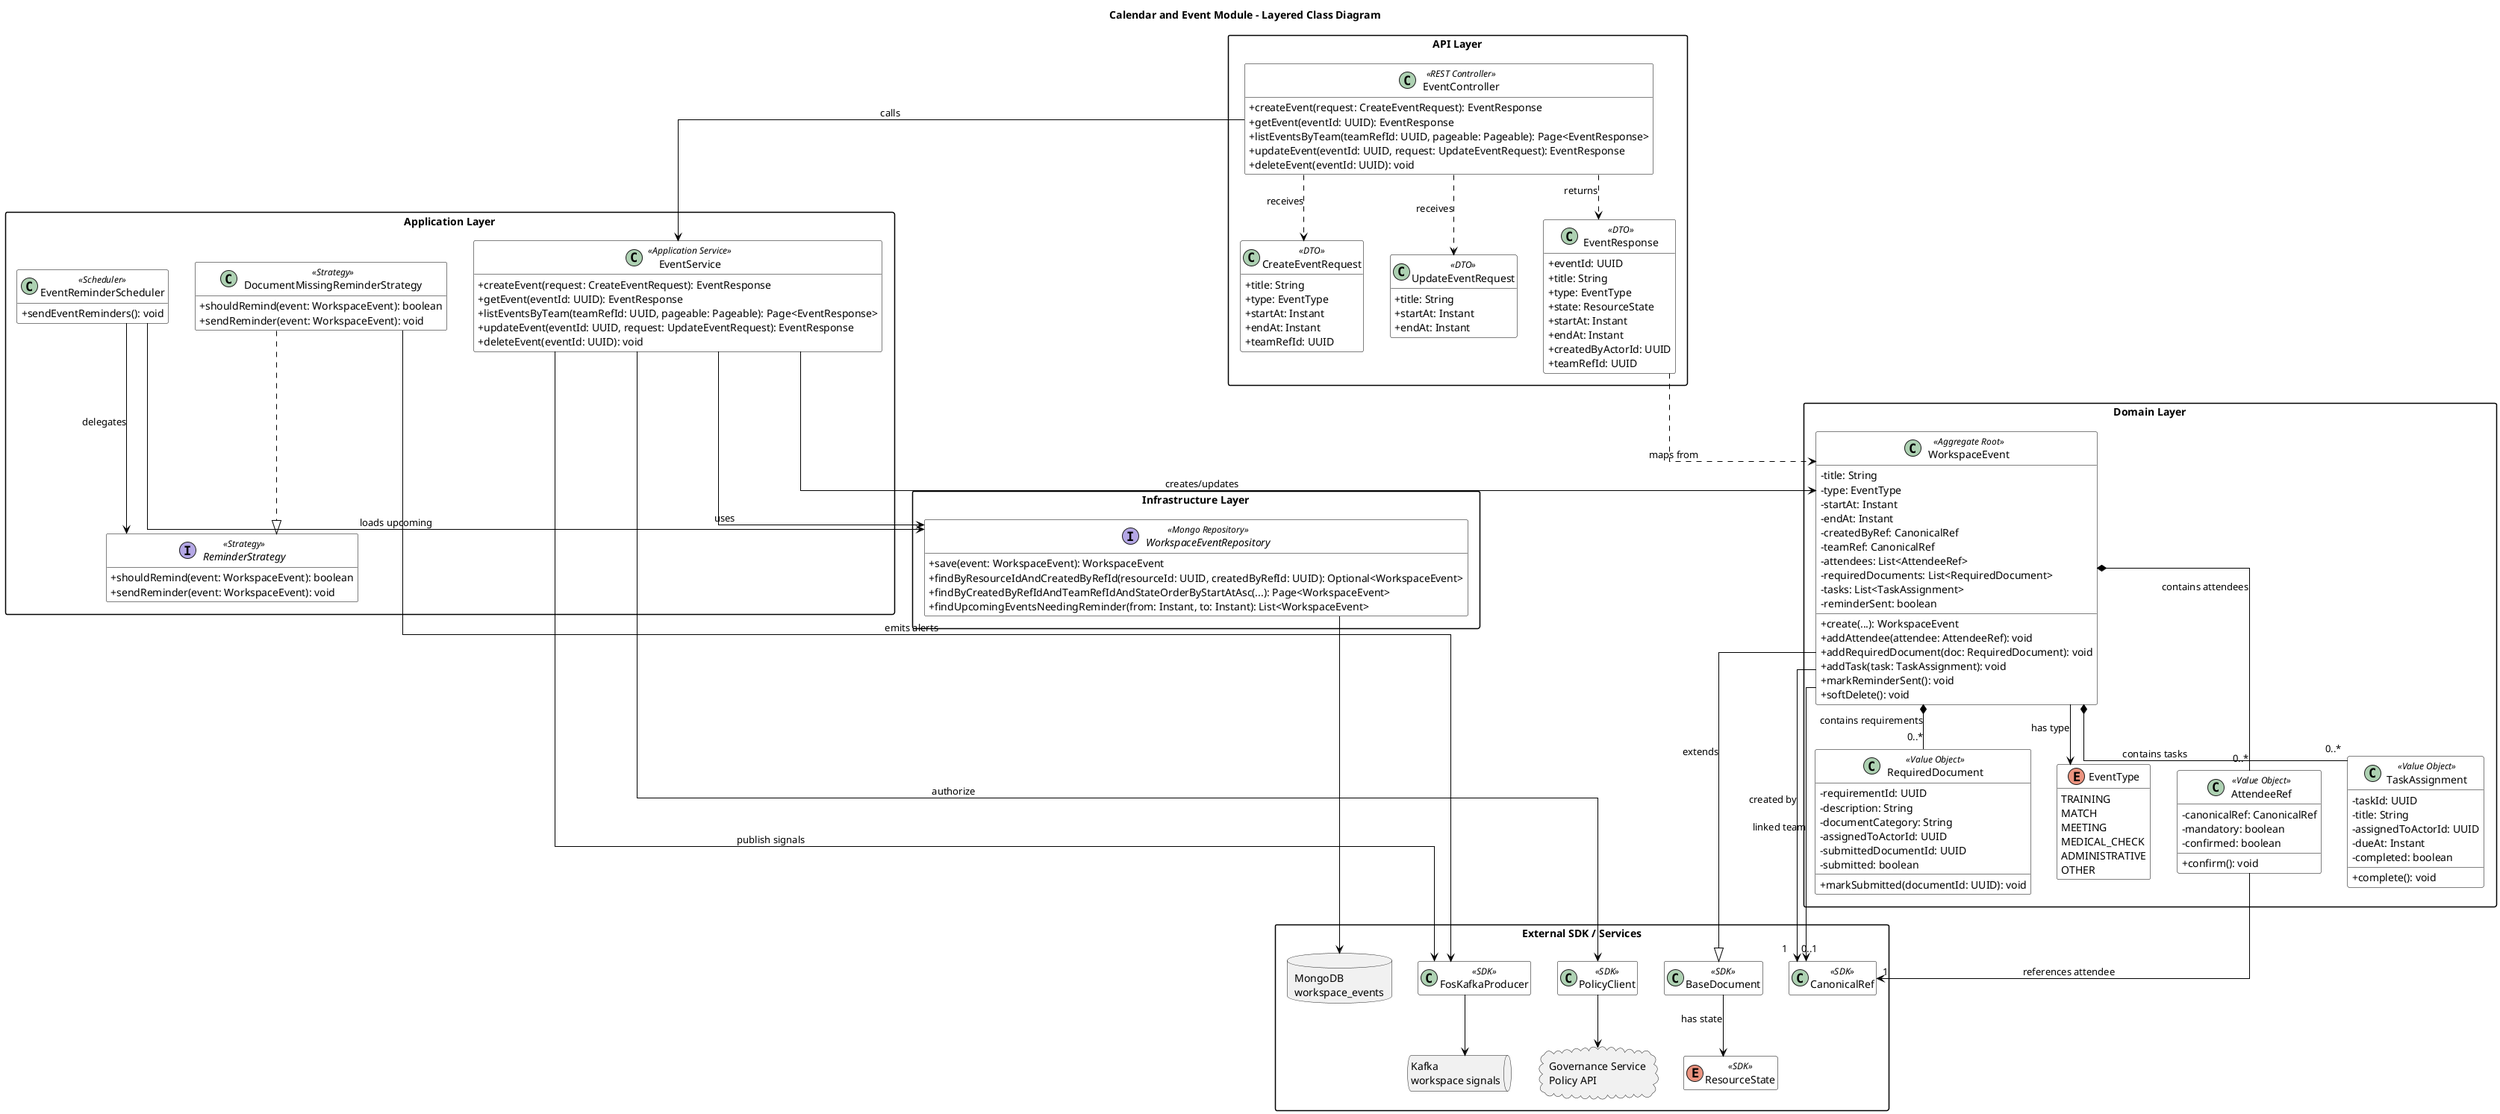
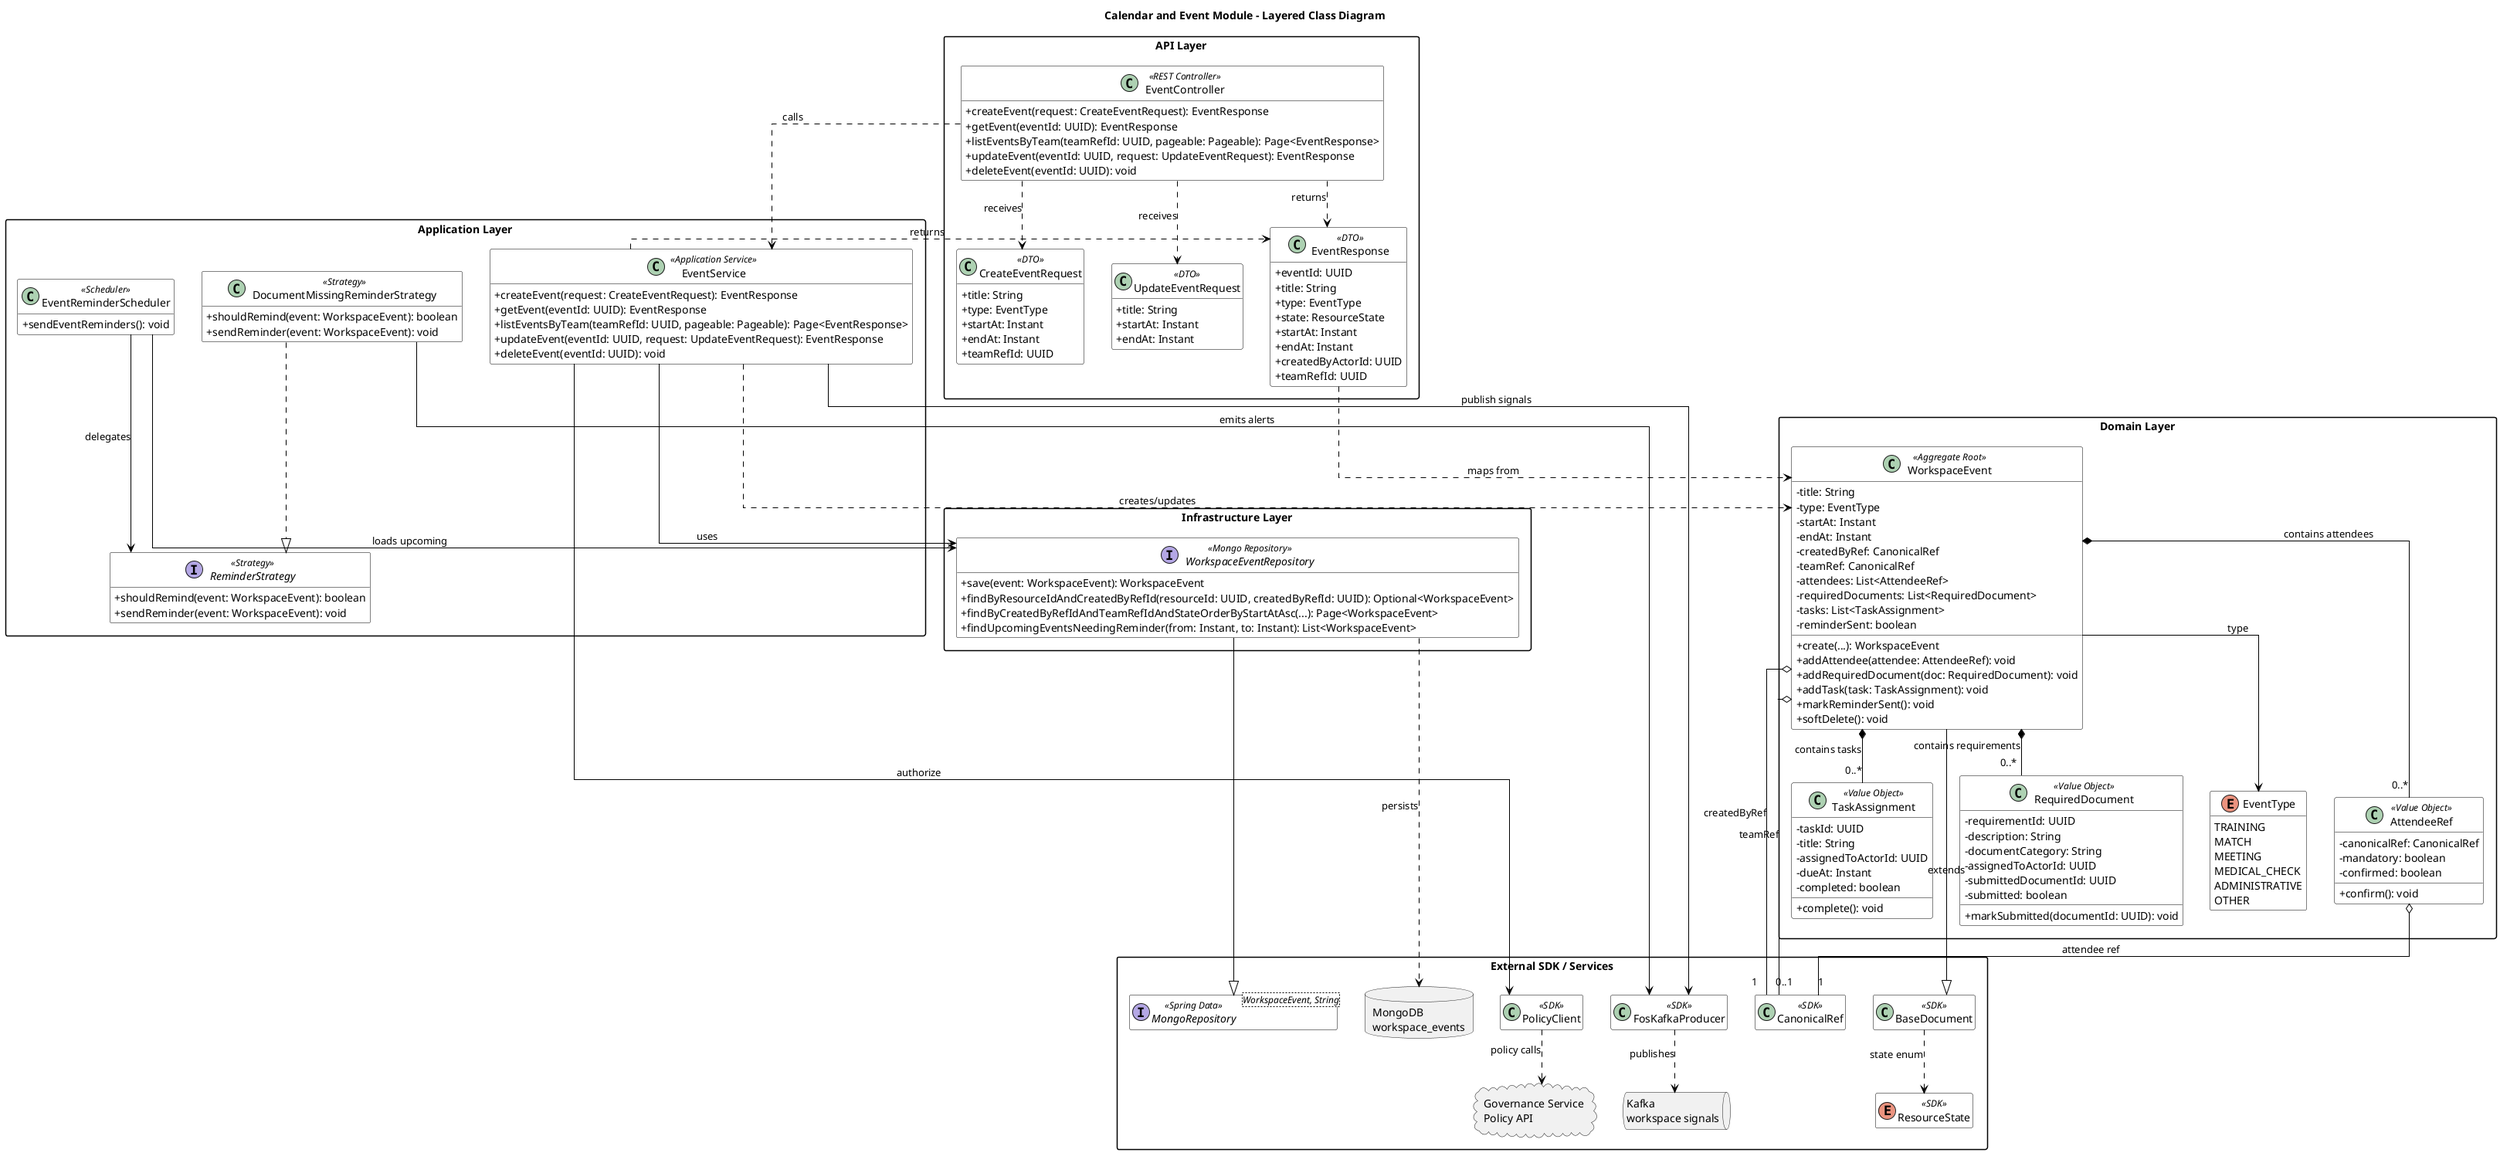
@startuml
allowmixing

title Calendar and Event Module - Layered Class Diagram

top to bottom direction

skinparam packageStyle rectangle
skinparam classAttributeIconSize 0
skinparam shadowing false
skinparam linetype ortho

skinparam class {
  BackgroundColor White
  BorderColor Black
  ArrowColor Black
}

skinparam package {
  BorderColor Black
  BackgroundColor White
}

hide empty members

package "API Layer" {

  class EventController <<REST Controller>> {
    +createEvent(request: CreateEventRequest): EventResponse
    +getEvent(eventId: UUID): EventResponse
    +listEventsByTeam(teamRefId: UUID, pageable: Pageable): Page<EventResponse>
    +updateEvent(eventId: UUID, request: UpdateEventRequest): EventResponse
    +deleteEvent(eventId: UUID): void
  }

  class CreateEventRequest <<DTO>> {
    +title: String
    +type: EventType
    +startAt: Instant
    +endAt: Instant
    +teamRefId: UUID
  }

  class UpdateEventRequest <<DTO>> {
    +title: String
    +startAt: Instant
    +endAt: Instant
  }

  class EventResponse <<DTO>> {
    +eventId: UUID
    +title: String
    +type: EventType
    +state: ResourceState
    +startAt: Instant
    +endAt: Instant
    +createdByActorId: UUID
    +teamRefId: UUID
  }
}

package "Application Layer" {

  class EventService <<Application Service>> {
    +createEvent(request: CreateEventRequest): EventResponse
    +getEvent(eventId: UUID): EventResponse
    +listEventsByTeam(teamRefId: UUID, pageable: Pageable): Page<EventResponse>
    +updateEvent(eventId: UUID, request: UpdateEventRequest): EventResponse
    +deleteEvent(eventId: UUID): void
  }

  class EventReminderScheduler <<Scheduler>> {
    +sendEventReminders(): void
  }

  interface ReminderStrategy <<Strategy>> {
    +shouldRemind(event: WorkspaceEvent): boolean
    +sendReminder(event: WorkspaceEvent): void
  }

  class DocumentMissingReminderStrategy <<Strategy>> {
    +shouldRemind(event: WorkspaceEvent): boolean
    +sendReminder(event: WorkspaceEvent): void
  }
}

package "Domain Layer" {

  class WorkspaceEvent <<Aggregate Root>> {
    -title: String
    -type: EventType
    -startAt: Instant
    -endAt: Instant
    -createdByRef: CanonicalRef
    -teamRef: CanonicalRef
    -attendees: List<AttendeeRef>
    -requiredDocuments: List<RequiredDocument>
    -tasks: List<TaskAssignment>
    -reminderSent: boolean
    +create(...): WorkspaceEvent
    +addAttendee(attendee: AttendeeRef): void
    +addRequiredDocument(doc: RequiredDocument): void
    +addTask(task: TaskAssignment): void
    +markReminderSent(): void
    +softDelete(): void
  }

  class AttendeeRef <<Value Object>> {
    -canonicalRef: CanonicalRef
    -mandatory: boolean
    -confirmed: boolean
    +confirm(): void
  }

  class TaskAssignment <<Value Object>> {
    -taskId: UUID
    -title: String
    -assignedToActorId: UUID
    -dueAt: Instant
    -completed: boolean
    +complete(): void
  }

  class RequiredDocument <<Value Object>> {
    -requirementId: UUID
    -description: String
    -documentCategory: String
    -assignedToActorId: UUID
    -submittedDocumentId: UUID
    -submitted: boolean
    +markSubmitted(documentId: UUID): void
  }

  enum EventType {
    TRAINING
    MATCH
    MEETING
    MEDICAL_CHECK
    ADMINISTRATIVE
    OTHER
  }
}

package "Infrastructure Layer" {

  interface WorkspaceEventRepository <<Mongo Repository>> {
    +save(event: WorkspaceEvent): WorkspaceEvent
    +findByResourceIdAndCreatedByRefId(resourceId: UUID, createdByRefId: UUID): Optional<WorkspaceEvent>
    +findByCreatedByRefIdAndTeamRefIdAndStateOrderByStartAtAsc(...): Page<WorkspaceEvent>
    +findUpcomingEventsNeedingReminder(from: Instant, to: Instant): List<WorkspaceEvent>
  }
}

package "External SDK / Services" {
  class BaseDocument <<SDK>>
  class CanonicalRef <<SDK>>
  enum ResourceState <<SDK>>
+   interface "MongoRepository<WorkspaceEvent, String>" as MongoRepository <<Spring Data>>
  class PolicyClient <<SDK>>
  class FosKafkaProducer <<SDK>>
  database "MongoDB\nworkspace_events" as MongoDB
  cloud "Governance Service\nPolicy API" as GovernancePolicy
  queue "Kafka\nworkspace signals" as Kafka
}

- EventController --> EventService : calls
+ EventController ..> EventService : calls
EventController ..> CreateEventRequest : receives
EventController ..> UpdateEventRequest : receives
EventController ..> EventResponse : returns

EventService --> WorkspaceEventRepository : uses
EventService --> PolicyClient : authorize
EventService --> FosKafkaProducer : publish signals
- EventService --> WorkspaceEvent : creates/updates
+ EventService ..> WorkspaceEvent : creates/updates
+ EventService ..> EventResponse : returns
EventResponse ..> WorkspaceEvent : maps from

EventReminderScheduler --> WorkspaceEventRepository : loads upcoming
EventReminderScheduler --> ReminderStrategy : delegates
DocumentMissingReminderStrategy ..|> ReminderStrategy
DocumentMissingReminderStrategy --> FosKafkaProducer : emits alerts

- WorkspaceEventRepository --> MongoDB
- PolicyClient --> GovernancePolicy
- FosKafkaProducer --> Kafka
+ WorkspaceEventRepository --|> MongoRepository
+ WorkspaceEventRepository ..> MongoDB : persists
+ PolicyClient ..> GovernancePolicy : policy calls
+ FosKafkaProducer ..> Kafka : publishes

WorkspaceEvent --|> BaseDocument : extends
- BaseDocument --> ResourceState : has state
- WorkspaceEvent --> EventType : has type
+ BaseDocument ..> ResourceState : state enum
+ WorkspaceEvent --> EventType : type

WorkspaceEvent *-- "0..*" AttendeeRef : contains attendees
WorkspaceEvent *-- "0..*" TaskAssignment : contains tasks
WorkspaceEvent *-- "0..*" RequiredDocument : contains requirements

- AttendeeRef --> "1" CanonicalRef : references attendee
- WorkspaceEvent --> "1" CanonicalRef : created by
- WorkspaceEvent --> "0..1" CanonicalRef : linked team
- 
- @enduml+ AttendeeRef o-- "1" CanonicalRef : attendee ref
+ WorkspaceEvent o-- "1" CanonicalRef : createdByRef
+ WorkspaceEvent o-- "0..1" CanonicalRef : teamRef
+ 
+ @enduml
